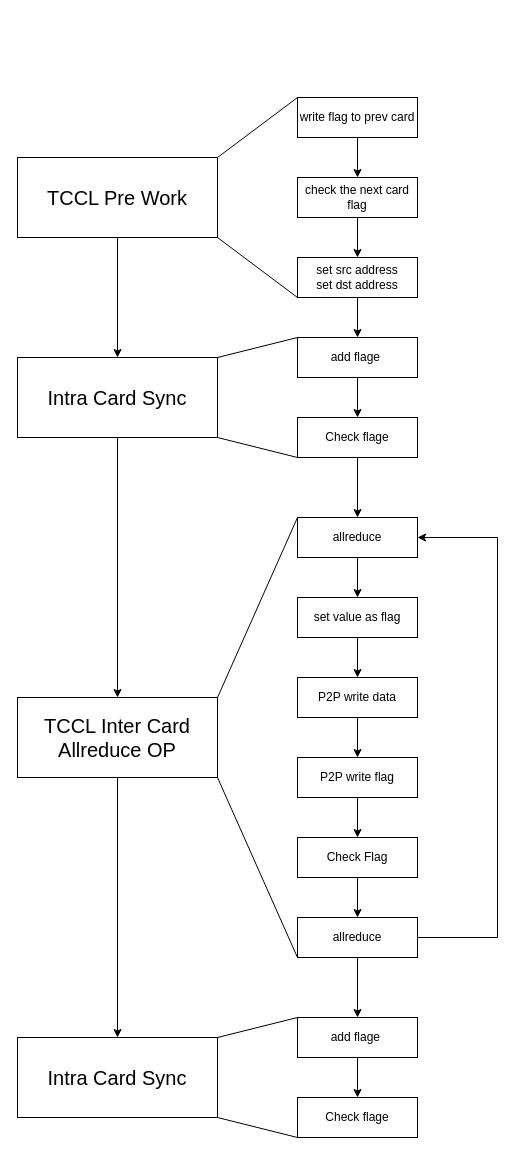
Before: TCCL/TCCL_SYNC/TCCLAX_allreduce.drawio in BEYHHH/SBLP, a draw.io diagram. Source tidied: cells renumbered, new cells numbered last; positions are measured from the earlier drawing's top-left corner, leaving out a move shared by most shapes. Both pictures are drawn from the tidied source at 100%, with x=0, y=0 at pixel (17, 97).
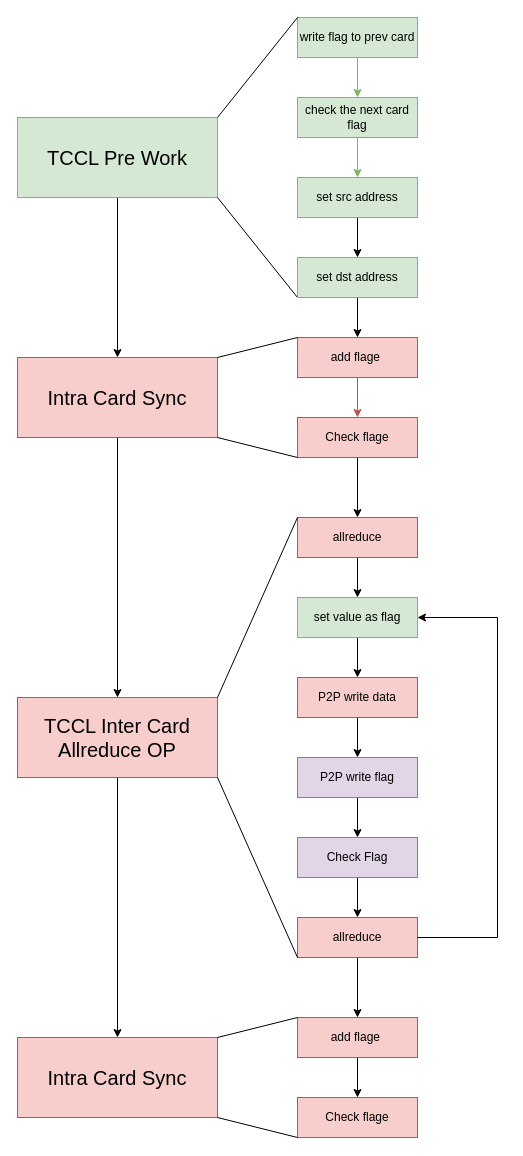
Above is the later version.

What changed in the source:
```diff
@@
-    <mxCell id="3" value="&lt;font style=&quot;font-size: 20px;&quot;&gt;Intra Card Sync&lt;/font&gt;" style="rounded=0;whiteSpace=wrap;html=1;" parent="1" vertex="1">
+    <mxCell id="3" value="&lt;font style=&quot;font-size: 20px;&quot;&gt;Intra Card Sync&lt;/font&gt;" style="rounded=0;whiteSpace=wrap;html=1;fillColor=#f8cecc;strokeColor=#b85450;" parent="1" vertex="1">
       <mxGeometry y="260" width="200" height="80" as="geometry" />
     </mxCell>
@@
-    <mxCell id="5" value="&lt;font style=&quot;font-size: 20px;&quot;&gt;TCCL Inter Card Allreduce OP&lt;br&gt;&lt;/font&gt;" style="rounded=0;whiteSpace=wrap;html=1;" parent="1" vertex="1">
+    <mxCell id="5" value="&lt;font style=&quot;font-size: 20px;&quot;&gt;TCCL Inter Card Allreduce OP&lt;br&gt;&lt;/font&gt;" style="rounded=0;whiteSpace=wrap;html=1;fillColor=#f8cecc;strokeColor=#b85450;" parent="1" vertex="1">
       <mxGeometry y="600" width="200" height="80" as="geometry" />
     </mxCell>
-    <mxCell id="6" value="&lt;font style=&quot;font-size: 20px;&quot;&gt;Intra Card Sync&lt;br&gt;&lt;/font&gt;" style="rounded=0;whiteSpace=wrap;html=1;" parent="1" vertex="1">
+    <mxCell id="6" value="&lt;font style=&quot;font-size: 20px;&quot;&gt;Intra Card Sync&lt;br&gt;&lt;/font&gt;" style="rounded=0;whiteSpace=wrap;html=1;fillColor=#f8cecc;strokeColor=#b85450;" parent="1" vertex="1">
       <mxGeometry y="940" width="200" height="80" as="geometry" />
     </mxCell>
@@
-    <mxCell id="8" value="&lt;font style=&quot;font-size: 20px;&quot;&gt;TCCL Pre Work&lt;/font&gt;" style="rounded=0;whiteSpace=wrap;html=1;" parent="1" vertex="1">
-      <mxGeometry y="60" width="200" height="80" as="geometry" />
+    <mxCell id="8" value="&lt;font style=&quot;font-size: 20px;&quot;&gt;TCCL Pre Work&lt;/font&gt;" style="rounded=0;whiteSpace=wrap;html=1;fillColor=#d5e8d4;strokeColor=#82b366;" parent="1" vertex="1">
+      <mxGeometry y="20" width="200" height="80" as="geometry" />
     </mxCell>
-    <mxCell id="9" style="edgeStyle=orthogonalEdgeStyle;rounded=0;jettySize=auto;html=1;" parent="1" edge="1" source="10" target="12">
-      <mxGeometry relative="1" as="geometry" />
-    </mxCell>
+    <mxCell id="43" style="edgeStyle=orthogonalEdgeStyle;rounded=0;jettySize=auto;html=1;" parent="1" edge="1" source="10" target="45">
+      <mxGeometry relative="1" as="geometry" />
+    </mxCell>
-    <mxCell id="10" value="set src address&lt;br&gt;set dst address" style="rounded=0;whiteSpace=wrap;html=1;" parent="1" vertex="1">
-      <mxGeometry x="280" y="160" width="120" height="40" as="geometry" />
+    <mxCell id="10" value="set src address" style="rounded=0;whiteSpace=wrap;html=1;fillColor=#d5e8d4;strokeColor=#82b366;" parent="1" vertex="1">
+      <mxGeometry x="280" y="80" width="120" height="40" as="geometry" />
     </mxCell>
-    <mxCell id="11" style="edgeStyle=orthogonalEdgeStyle;rounded=0;jettySize=auto;html=1;" parent="1" edge="1" source="12" target="14">
+    <mxCell id="11" style="edgeStyle=orthogonalEdgeStyle;rounded=0;jettySize=auto;html=1;fillColor=#f8cecc;strokeColor=#b85450;" parent="1" edge="1" source="12" target="14">
       <mxGeometry relative="1" as="geometry" />
     </mxCell>
-    <mxCell id="12" value="add flage&amp;nbsp;" style="rounded=0;whiteSpace=wrap;html=1;" parent="1" vertex="1">
+    <mxCell id="12" value="add flage&amp;nbsp;" style="rounded=0;whiteSpace=wrap;html=1;fillColor=#f8cecc;strokeColor=#b85450;" parent="1" vertex="1">
       <mxGeometry x="280" y="240" width="120" height="40" as="geometry" />
     </mxCell>
@@
-    <mxCell id="14" value="Check flage" style="rounded=0;whiteSpace=wrap;html=1;" parent="1" vertex="1">
+    <mxCell id="14" value="Check flage" style="rounded=0;whiteSpace=wrap;html=1;fillColor=#f8cecc;strokeColor=#b85450;" parent="1" vertex="1">
       <mxGeometry x="280" y="320" width="120" height="40" as="geometry" />
     </mxCell>
@@
-    <mxCell id="18" value="allreduce" style="rounded=0;whiteSpace=wrap;html=1;" parent="1" vertex="1">
+    <mxCell id="18" value="allreduce" style="rounded=0;whiteSpace=wrap;html=1;fillColor=#f8cecc;strokeColor=#b85450;" parent="1" vertex="1">
       <mxGeometry x="280" y="420" width="120" height="40" as="geometry" />
     </mxCell>
@@
-    <mxCell id="20" value="P2P write data" style="rounded=0;whiteSpace=wrap;html=1;" parent="1" vertex="1">
+    <mxCell id="20" value="P2P write data" style="rounded=0;whiteSpace=wrap;html=1;fillColor=#f8cecc;strokeColor=#b85450;" parent="1" vertex="1">
       <mxGeometry x="280" y="580" width="120" height="40" as="geometry" />
     </mxCell>
@@
-    <mxCell id="22" value="P2P write flag" style="rounded=0;whiteSpace=wrap;html=1;" parent="1" vertex="1">
+    <mxCell id="22" value="P2P write flag" style="rounded=0;whiteSpace=wrap;html=1;fillColor=#e1d5e7;strokeColor=#9673a6;" parent="1" vertex="1">
       <mxGeometry x="280" y="660" width="120" height="40" as="geometry" />
     </mxCell>
@@
-    <mxCell id="24" value="allreduce" style="rounded=0;whiteSpace=wrap;html=1;" parent="1" vertex="1">
+    <mxCell id="24" value="allreduce" style="rounded=0;whiteSpace=wrap;html=1;fillColor=#f8cecc;strokeColor=#b85450;" parent="1" vertex="1">
       <mxGeometry x="280" y="820" width="120" height="40" as="geometry" />
     </mxCell>
-    <mxCell id="25" style="edgeStyle=orthogonalEdgeStyle;rounded=0;jettySize=auto;html=1;" parent="1" edge="1" source="26" target="28">
+    <mxCell id="25" style="edgeStyle=orthogonalEdgeStyle;rounded=0;jettySize=auto;html=1;fillColor=#d5e8d4;strokeColor=#82b366;" parent="1" edge="1" source="26" target="28">
       <mxGeometry relative="1" as="geometry" />
     </mxCell>
-    <mxCell id="26" value="write flag to prev card" style="rounded=0;whiteSpace=wrap;html=1;" parent="1" vertex="1">
-      <mxGeometry x="280" width="120" height="40" as="geometry" />
+    <mxCell id="26" value="write flag to prev card" style="rounded=0;whiteSpace=wrap;html=1;fillColor=#d5e8d4;strokeColor=#82b366;" parent="1" vertex="1">
+      <mxGeometry x="280" y="-80" width="120" height="40" as="geometry" />
     </mxCell>
-    <mxCell id="27" style="edgeStyle=orthogonalEdgeStyle;rounded=0;jettySize=auto;html=1;" parent="1" edge="1" source="28" target="10">
+    <mxCell id="27" style="edgeStyle=orthogonalEdgeStyle;rounded=0;jettySize=auto;html=1;fillColor=#d5e8d4;strokeColor=#82b366;" parent="1" edge="1" source="28" target="10">
       <mxGeometry relative="1" as="geometry" />
     </mxCell>
-    <mxCell id="28" value="check the next card flag" style="rounded=0;whiteSpace=wrap;html=1;" parent="1" vertex="1">
-      <mxGeometry x="280" y="80" width="120" height="40" as="geometry" />
+    <mxCell id="28" value="check the next card flag" style="rounded=0;whiteSpace=wrap;html=1;fillColor=#d5e8d4;strokeColor=#82b366;" parent="1" vertex="1">
+      <mxGeometry x="280" width="120" height="40" as="geometry" />
     </mxCell>
@@
-    <mxCell id="30" style="endArrow=none;html=1;rounded=0;entryX=0;entryY=1;entryDx=0;entryDy=0;exitX=1;exitY=1;exitDx=0;exitDy=0;" parent="1" edge="1" source="8" target="10">
+    <mxCell id="30" style="endArrow=none;html=1;rounded=0;entryX=0;entryY=1;entryDx=0;entryDy=0;exitX=1;exitY=1;exitDx=0;exitDy=0;" parent="1" edge="1" source="8" target="45">
       <mxGeometry relative="1" as="geometry" />
     </mxCell>
-    <mxCell id="31" style="endArrow=classic;html=1;rounded=0;exitX=1;exitY=0.5;exitDx=0;exitDy=0;entryX=1;entryY=0.5;entryDx=0;entryDy=0;" parent="1" edge="1" source="24" target="18">
+    <mxCell id="31" style="endArrow=classic;html=1;rounded=0;exitX=1;exitY=0.5;exitDx=0;exitDy=0;entryX=1;entryY=0.5;entryDx=0;entryDy=0;" parent="1" edge="1" source="24" target="35">
       <mxGeometry relative="1" as="geometry">
         <Array as="points">
           <mxPoint x="480" y="840" />
-          <mxPoint x="480" y="440" />
+          <mxPoint x="480" y="520" />
         </Array>
       </mxGeometry>
     </mxCell>
@@
-    <mxCell id="33" value="Check Flag" style="rounded=0;whiteSpace=wrap;html=1;" parent="1" vertex="1">
+    <mxCell id="33" value="Check Flag" style="rounded=0;whiteSpace=wrap;html=1;fillColor=#e1d5e7;strokeColor=#9673a6;" parent="1" vertex="1">
       <mxGeometry x="280" y="740" width="120" height="40" as="geometry" />
     </mxCell>
@@
-    <mxCell id="35" value="set value as flag" style="rounded=0;whiteSpace=wrap;html=1;" parent="1" vertex="1">
+    <mxCell id="35" value="set value as flag" style="rounded=0;whiteSpace=wrap;html=1;fillColor=#d5e8d4;strokeColor=#82b366;" parent="1" vertex="1">
       <mxGeometry x="280" y="500" width="120" height="40" as="geometry" />
     </mxCell>
@@
-    <mxCell id="37" value="add flage&amp;nbsp;" style="rounded=0;whiteSpace=wrap;html=1;" parent="1" vertex="1">
+    <mxCell id="37" value="add flage&amp;nbsp;" style="rounded=0;whiteSpace=wrap;html=1;fillColor=#f8cecc;strokeColor=#b85450;" parent="1" vertex="1">
       <mxGeometry x="280" y="920" width="120" height="40" as="geometry" />
     </mxCell>
-    <mxCell id="38" value="Check flage" style="rounded=0;whiteSpace=wrap;html=1;" parent="1" vertex="1">
+    <mxCell id="38" value="Check flage" style="rounded=0;whiteSpace=wrap;html=1;fillColor=#f8cecc;strokeColor=#b85450;" parent="1" vertex="1">
       <mxGeometry x="280" y="1000" width="120" height="40" as="geometry" />
     </mxCell>
@@
+    <mxCell id="44" style="edgeStyle=orthogonalEdgeStyle;rounded=0;jettySize=auto;html=1;" parent="1" edge="1" source="45" target="12">
+      <mxGeometry relative="1" as="geometry" />
+    </mxCell>
+    <mxCell id="45" value="set dst address" style="rounded=0;whiteSpace=wrap;html=1;fillColor=#d5e8d4;strokeColor=#82b366;" parent="1" vertex="1">
+      <mxGeometry x="280" y="160" width="120" height="40" as="geometry" />
+    </mxCell>
```
